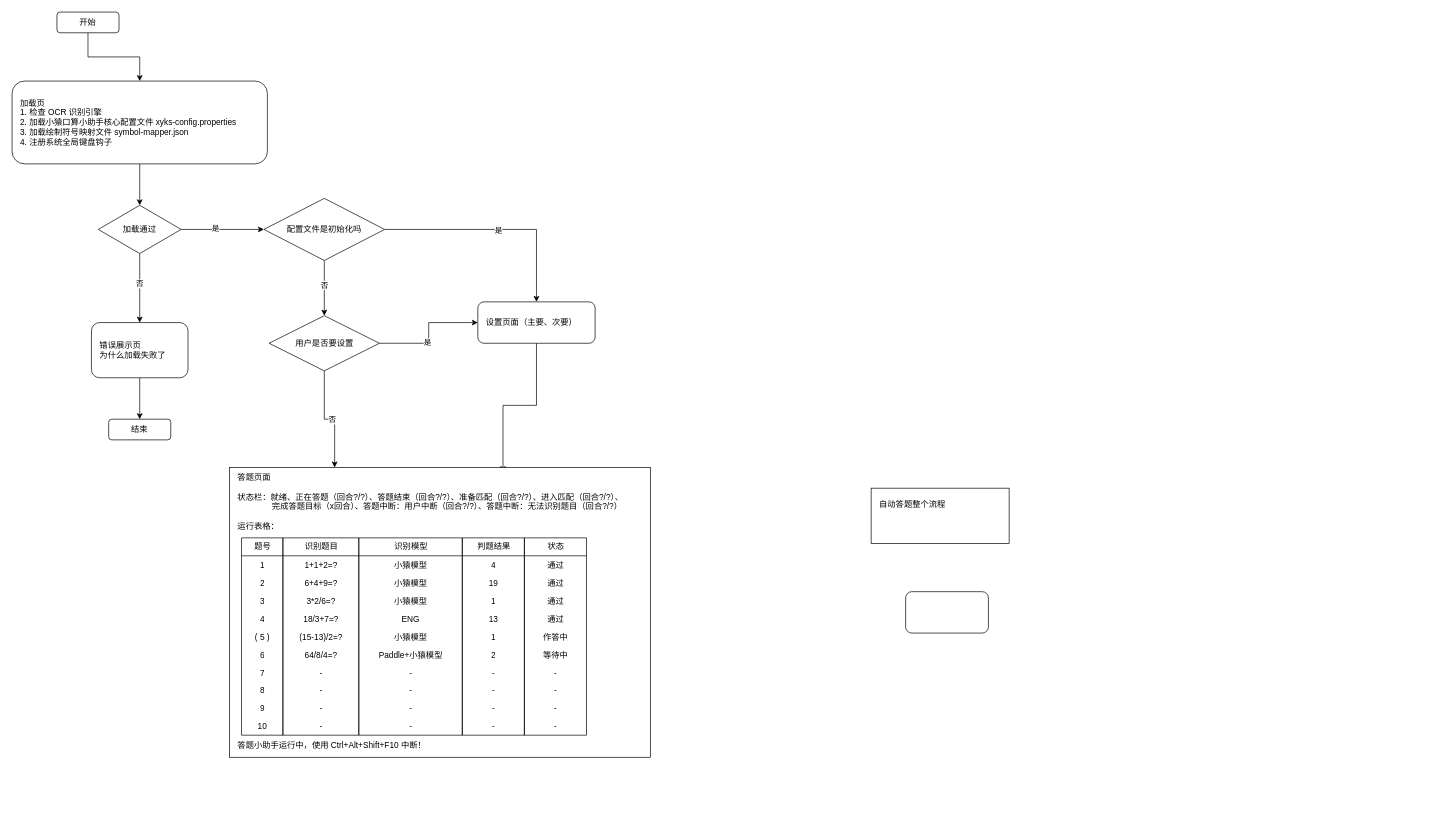
Before: ui.drawio in wifi504/xiaoyuankousuan, a draw.io diagram. Source tidied: cells renumbered, new cells numbered last; positions are measured from the earlier drawing's top-left corner, leaving out a move shared by most shapes. Both pictures are drawn from the tidied source at 69%, with x=0, y=0 at pixel (12, 12).
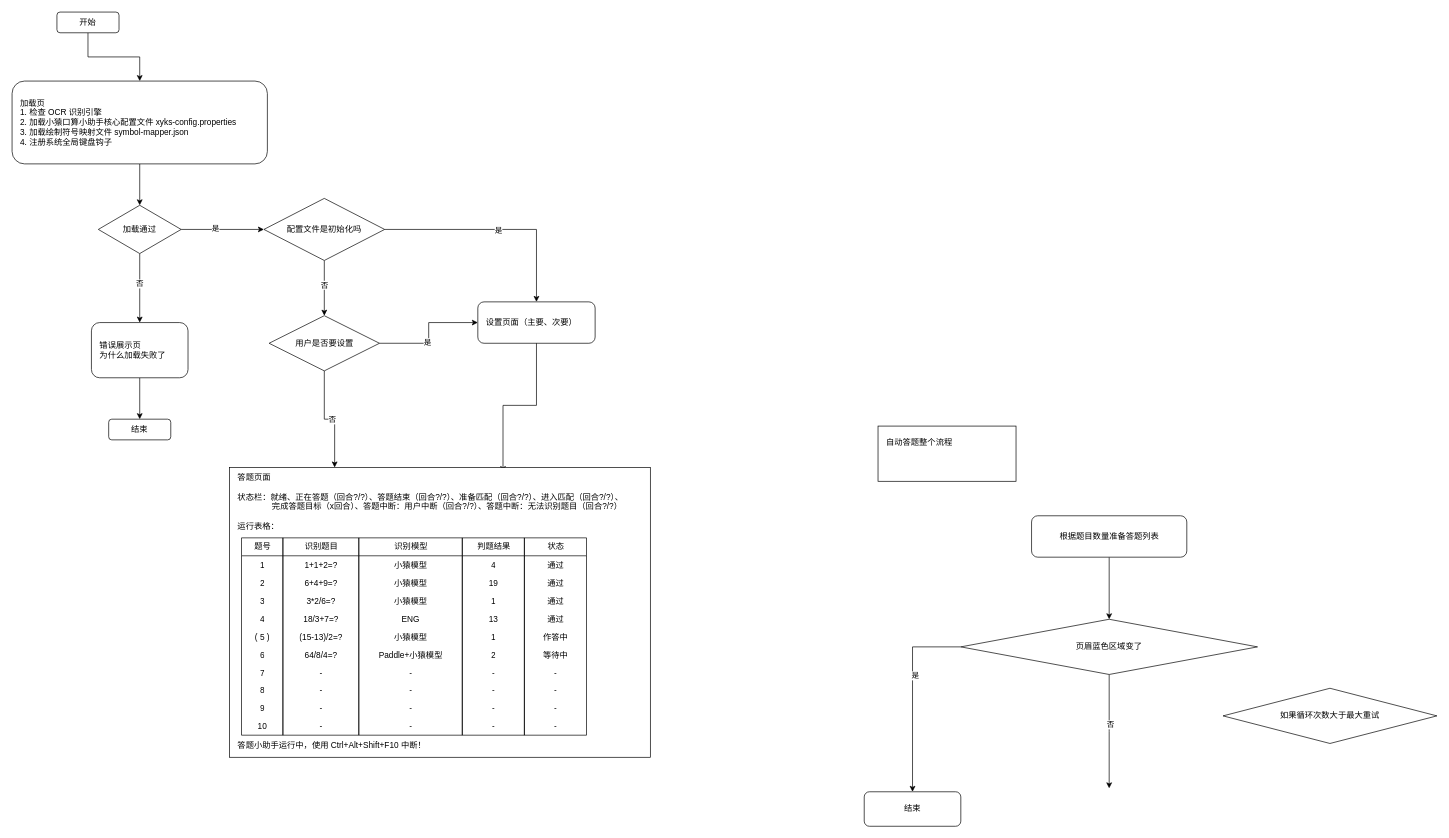
The same page after the edit.

The edit, as a diff of the source:
```diff
@@
     <mxCell id="83" value="自动答题整个流程" style="rounded=0;whiteSpace=wrap;html=1;align=left;verticalAlign=top;spacingLeft=10;spacingTop=10;" parent="1" vertex="1">
-      <mxGeometry x="1245" y="690" width="200" height="80" as="geometry" />
+      <mxGeometry x="1255" y="600" width="200" height="80" as="geometry" />
     </mxCell>
-    <mxCell id="84" style="rounded=1;whiteSpace=wrap;html=1;" parent="1" vertex="1">
-      <mxGeometry x="1295" y="840" width="120" height="60" as="geometry" />
+    <mxCell id="84" value="结束" style="rounded=1;whiteSpace=wrap;html=1;" parent="1" vertex="1">
+      <mxGeometry x="1235" y="1130" width="140" height="50" as="geometry" />
     </mxCell>
+    <mxCell id="85" style="edgeStyle=orthogonalEdgeStyle;rounded=0;jettySize=auto;html=1;entryX=0.5;entryY=0;entryDx=0;entryDy=0;exitX=0;exitY=0.5;exitDx=0;exitDy=0;" parent="1" edge="1" source="89" target="84">
+      <mxGeometry relative="1" as="geometry">
+        <Array as="points">
+          <mxPoint x="1305" y="920" />
+        </Array>
+      </mxGeometry>
+    </mxCell>
+    <mxCell id="86" value="是" style="edgeLabel;html=1;align=center;verticalAlign=middle;" parent="85" vertex="1">
+      <mxGeometry x="-0.21" y="3" relative="1" as="geometry" />
+    </mxCell>
+    <mxCell id="87" style="edgeStyle=orthogonalEdgeStyle;rounded=0;jettySize=auto;html=1;entryX=0.5;entryY=0;entryDx=0;entryDy=0;" parent="1" edge="1" source="89">
+      <mxGeometry relative="1" as="geometry">
+        <mxPoint x="1590" y="1125" as="targetPoint" />
+      </mxGeometry>
+    </mxCell>
+    <mxCell id="88" value="否" style="edgeLabel;html=1;align=center;verticalAlign=middle;" parent="87" vertex="1">
+      <mxGeometry x="-0.13" y="1" relative="1" as="geometry" />
+    </mxCell>
+    <mxCell id="89" value="页眉蓝色区域变了" style="rhombus;whiteSpace=wrap;html=1;" parent="1" vertex="1">
+      <mxGeometry x="1375" y="880" width="430" height="80" as="geometry" />
+    </mxCell>
+    <mxCell id="90" style="edgeStyle=orthogonalEdgeStyle;rounded=0;jettySize=auto;html=1;entryX=0.5;entryY=0;entryDx=0;entryDy=0;" parent="1" edge="1" source="91" target="89">
+      <mxGeometry relative="1" as="geometry" />
+    </mxCell>
+    <mxCell id="91" value="根据题目数量准备答题列表" style="rounded=1;whiteSpace=wrap;html=1;" parent="1" vertex="1">
+      <mxGeometry x="1477.5" y="730" width="225" height="60" as="geometry" />
+    </mxCell>
+    <mxCell id="92" value="如果循环次数大于最大重试" style="rhombus;whiteSpace=wrap;html=1;" parent="1" vertex="1">
+      <mxGeometry x="1755" y="980" width="310" height="80" as="geometry" />
+    </mxCell>
```
